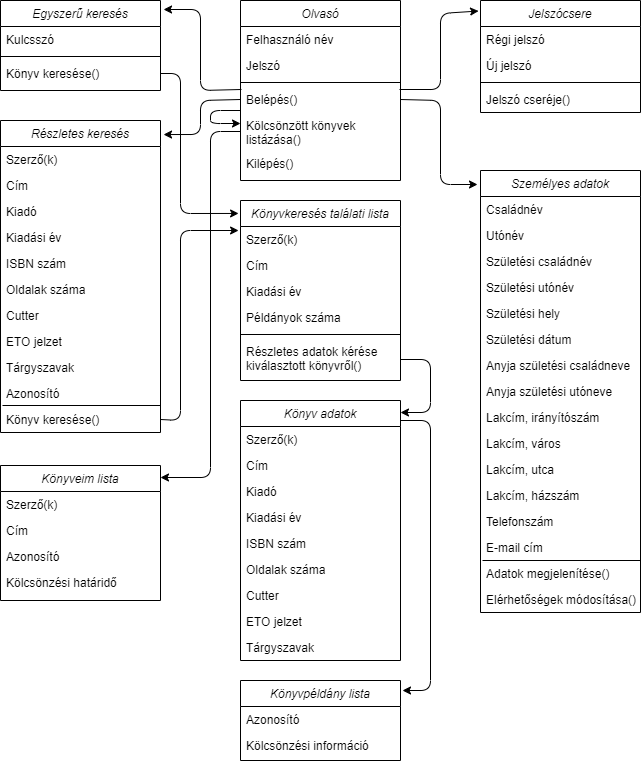
The draw.io diagram Doc/image/olvaso_hatarosztalyai.png in BoCiMaja/AFP2020_1_Lev_Csop2, before a commit. Source tidied: cells renumbered, new cells last; positions are measured from the earlier drawing's top-left corner, leaving out a move shared by most shapes.
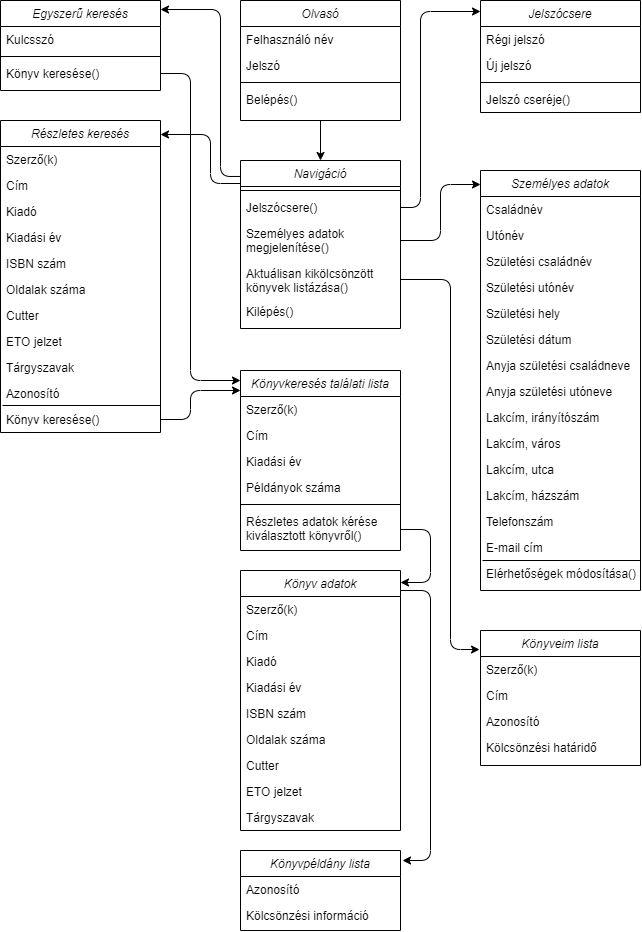
After the commit.

Commit message:
Határosztályok módosítása

Diff of the diagram source:
```diff
@@ -3,7 +3,7 @@
     <mxCell id="0" />
     <mxCell id="1" parent="0" />
     <mxCell id="2" value="Olvasó" style="swimlane;fontStyle=2;align=center;verticalAlign=top;horizontal=1;startSize=26;rounded=0;shadow=0;strokeWidth=1;" parent="1" vertex="1">
-      <mxGeometry x="240" width="160" height="180" as="geometry" />
+      <mxGeometry x="240" width="160" height="120" as="geometry" />
     </mxCell>
     <mxCell id="3" value="Felhasználó név" style="text;align=left;verticalAlign=top;spacingLeft=4;spacingRight=4;overflow=hidden;" parent="2" vertex="1">
       <mxGeometry y="26" width="160" height="26" as="geometry" />
@@ -17,23 +17,8 @@
     <mxCell id="6" value="Belépés()" style="text;align=left;verticalAlign=top;spacingLeft=4;spacingRight=4;overflow=hidden;points=[[0,0.5],[1,0.5]];portConstraint=eastwest;" parent="2" vertex="1">
       <mxGeometry y="86" width="160" height="26" as="geometry" />
     </mxCell>
-    <mxCell id="7" value="Kölcsönzött könyvek &#10;listázása()" style="text;align=left;verticalAlign=top;spacingLeft=4;spacingRight=4;overflow=hidden;points=[[0,0.5],[1,0.5]];portConstraint=eastwest;" parent="2" vertex="1">
-      <mxGeometry y="112" width="160" height="38" as="geometry" />
-    </mxCell>
-    <mxCell id="8" value="Kilépés()" style="text;align=left;verticalAlign=top;spacingLeft=4;spacingRight=4;overflow=hidden;" parent="2" vertex="1">
-      <mxGeometry y="150" width="160" height="30" as="geometry" />
-    </mxCell>
-    <mxCell id="9" style="endArrow=classic;html=1;exitX=0;exitY=0.923;exitDx=0;exitDy=0;exitPerimeter=0;" parent="2" edge="1" source="6">
-      <mxGeometry relative="1" as="geometry">
-        <mxPoint y="123" as="targetPoint" />
-        <Array as="points">
-          <mxPoint x="-30" y="110" />
-          <mxPoint x="-30" y="123" />
-        </Array>
-      </mxGeometry>
-    </mxCell>
     <mxCell id="10" value="Személyes adatok" style="swimlane;fontStyle=2;align=center;verticalAlign=top;horizontal=1;startSize=26;rounded=0;shadow=0;strokeWidth=1;" parent="1" vertex="1">
-      <mxGeometry x="480" y="170" width="160" height="442" as="geometry" />
+      <mxGeometry x="480" y="170" width="160" height="420" as="geometry" />
     </mxCell>
     <mxCell id="11" value="Családnév" style="text;align=left;verticalAlign=top;spacingLeft=4;spacingRight=4;overflow=hidden;" parent="10" vertex="1">
       <mxGeometry y="26" width="160" height="26" as="geometry" />
@@ -83,11 +68,8 @@
         <mxPoint x="160" y="390" as="targetPoint" />
       </mxGeometry>
     </mxCell>
-    <mxCell id="26" value="Adatok megjelenítése()" style="text;align=left;verticalAlign=top;spacingLeft=4;spacingRight=4;overflow=hidden;rounded=0;shadow=0;html=0;" parent="10" vertex="1">
-      <mxGeometry y="390" width="160" height="26" as="geometry" />
-    </mxCell>
     <mxCell id="27" value="Elérhetőségek módosítása()" style="text;align=left;verticalAlign=top;spacingLeft=4;spacingRight=4;overflow=hidden;rounded=0;shadow=0;html=0;" parent="10" vertex="1">
-      <mxGeometry y="416" width="160" height="26" as="geometry" />
+      <mxGeometry y="390" width="160" height="26" as="geometry" />
     </mxCell>
     <mxCell id="28" value="Jelszócsere" style="swimlane;fontStyle=2;align=center;verticalAlign=top;horizontal=1;startSize=26;rounded=0;shadow=0;strokeWidth=1;" parent="1" vertex="1">
       <mxGeometry x="480" width="160" height="112" as="geometry" />
@@ -159,7 +141,7 @@
       <mxGeometry y="286" width="160" height="26" as="geometry" />
     </mxCell>
     <mxCell id="50" value="Könyveim lista" style="swimlane;fontStyle=2;align=center;verticalAlign=top;horizontal=1;startSize=26;rounded=0;shadow=0;strokeWidth=1;" parent="1" vertex="1">
-      <mxGeometry y="465" width="160" height="135" as="geometry" />
+      <mxGeometry x="480" y="630" width="160" height="135" as="geometry" />
     </mxCell>
     <mxCell id="51" value="Szerző(k)" style="text;align=left;verticalAlign=top;spacingLeft=4;spacingRight=4;overflow=hidden;" parent="50" vertex="1">
       <mxGeometry y="26" width="160" height="26" as="geometry" />
@@ -173,51 +155,45 @@
     <mxCell id="54" value="Kölcsönzési határidő" style="text;align=left;verticalAlign=top;spacingLeft=4;spacingRight=4;overflow=hidden;rounded=0;shadow=0;html=0;" parent="50" vertex="1">
       <mxGeometry y="104" width="160" height="26" as="geometry" />
     </mxCell>
-    <mxCell id="55" style="endArrow=classic;html=1;entryX=-0.012;entryY=0.094;entryDx=0;entryDy=0;entryPerimeter=0;" parent="1" edge="1" target="28">
+    <mxCell id="55" style="endArrow=classic;html=1;exitX=1;exitY=0.5;exitDx=0;exitDy=0;" parent="1" edge="1" source="86">
       <mxGeometry relative="1" as="geometry">
-        <mxPoint x="399" y="89" as="sourcePoint" />
+        <mxPoint x="480" y="11" as="targetPoint" />
         <Array as="points">
-          <mxPoint x="440" y="89" />
-          <mxPoint x="440" y="13" />
+          <mxPoint x="420" y="207" />
+          <mxPoint x="420" y="11" />
         </Array>
       </mxGeometry>
     </mxCell>
-    <mxCell id="56" style="endArrow=classic;html=1;exitX=1;exitY=0.5;exitDx=0;exitDy=0;" parent="1" edge="1" source="6">
+    <mxCell id="56" style="endArrow=classic;html=1;exitX=1;exitY=0.5;exitDx=0;exitDy=0;" parent="1" edge="1" source="87">
       <mxGeometry relative="1" as="geometry">
-        <mxPoint x="477" y="184" as="targetPoint" />
+        <mxPoint x="480" y="184" as="targetPoint" />
         <Array as="points">
-          <mxPoint x="440" y="100" />
+          <mxPoint x="440" y="240" />
           <mxPoint x="440" y="184" />
         </Array>
       </mxGeometry>
     </mxCell>
-    <mxCell id="57" style="endArrow=classic;html=1;entryX=1.019;entryY=0.1;entryDx=0;entryDy=0;entryPerimeter=0;exitX=0.006;exitY=0.115;exitDx=0;exitDy=0;exitPerimeter=0;" parent="1" edge="1" source="6" target="33">
+    <mxCell id="57" style="endArrow=classic;html=1;exitX=0;exitY=0.095;exitDx=0;exitDy=0;exitPerimeter=0;" parent="1" edge="1" source="84">
       <mxGeometry relative="1" as="geometry">
+        <mxPoint x="160" y="9" as="targetPoint" />
         <Array as="points">
-          <mxPoint x="200" y="90" />
-          <mxPoint x="200" y="9" />
+          <mxPoint x="220" y="176" />
+          <mxPoint x="220" y="9" />
         </Array>
       </mxGeometry>
     </mxCell>
-    <mxCell id="58" style="endArrow=classic;html=1;exitX=0;exitY=0.5;exitDx=0;exitDy=0;entryX=1.019;entryY=0.045;entryDx=0;entryDy=0;entryPerimeter=0;" parent="1" edge="1" source="6" target="37">
+    <mxCell id="58" style="endArrow=classic;html=1;" parent="1" edge="1">
       <mxGeometry relative="1" as="geometry">
+        <mxPoint x="240" y="183" as="sourcePoint" />
+        <mxPoint x="160" y="134" as="targetPoint" />
         <Array as="points">
-          <mxPoint x="200" y="100" />
-          <mxPoint x="200" y="134" />
+          <mxPoint x="210" y="183" />
+          <mxPoint x="210" y="134" />
         </Array>
       </mxGeometry>
     </mxCell>
-    <mxCell id="59" style="endArrow=classic;html=1;exitX=0;exitY=0.5;exitDx=0;exitDy=0;" parent="1" edge="1" source="7">
-      <mxGeometry relative="1" as="geometry">
-        <mxPoint x="160" y="477" as="targetPoint" />
-        <Array as="points">
-          <mxPoint x="210" y="131" />
-          <mxPoint x="210" y="477" />
-        </Array>
-      </mxGeometry>
-    </mxCell>
     <mxCell id="60" value="Könyvkeresés találati lista" style="swimlane;fontStyle=2;align=center;verticalAlign=top;horizontal=1;startSize=26;rounded=0;shadow=0;strokeWidth=1;" parent="1" vertex="1">
-      <mxGeometry x="240" y="200" width="160" height="180" as="geometry" />
+      <mxGeometry x="240" y="370" width="160" height="180" as="geometry" />
     </mxCell>
     <mxCell id="61" value="Szerző(k)" style="text;align=left;verticalAlign=top;spacingLeft=4;spacingRight=4;overflow=hidden;points=[[0,0.5],[1,0.5]];portConstraint=eastwest;" parent="60" vertex="1">
       <mxGeometry y="26" width="160" height="26" as="geometry" />
@@ -237,24 +213,8 @@
     <mxCell id="66" value="Részletes adatok kérése &#10;kiválasztott könyvről()" style="text;align=left;verticalAlign=top;spacingLeft=4;spacingRight=4;overflow=hidden;points=[[0,0.5],[1,0.5]];portConstraint=eastwest;" parent="60" vertex="1">
       <mxGeometry y="138" width="160" height="42" as="geometry" />
     </mxCell>
-    <mxCell id="67" style="endArrow=classic;html=1;exitX=1;exitY=0.5;exitDx=0;exitDy=0;entryX=-0.012;entryY=0.072;entryDx=0;entryDy=0;entryPerimeter=0;" parent="1" edge="1" source="36" target="60">
-      <mxGeometry relative="1" as="geometry">
-        <Array as="points">
-          <mxPoint x="180" y="73" />
-          <mxPoint x="180" y="213" />
-        </Array>
-      </mxGeometry>
-    </mxCell>
-    <mxCell id="68" style="endArrow=classic;html=1;exitX=1;exitY=0.5;exitDx=0;exitDy=0;entryX=-0.012;entryY=0.154;entryDx=0;entryDy=0;entryPerimeter=0;" parent="1" edge="1" source="49" target="61">
-      <mxGeometry relative="1" as="geometry">
-        <Array as="points">
-          <mxPoint x="180" y="420" />
-          <mxPoint x="180" y="230" />
-        </Array>
-      </mxGeometry>
-    </mxCell>
     <mxCell id="69" value="Könyv adatok" style="swimlane;fontStyle=2;align=center;verticalAlign=top;horizontal=1;startSize=26;rounded=0;shadow=0;strokeWidth=1;" parent="1" vertex="1">
-      <mxGeometry x="240" y="400" width="160" height="260" as="geometry" />
+      <mxGeometry x="240" y="570" width="160" height="260" as="geometry" />
     </mxCell>
     <mxCell id="70" value="Szerző(k)" style="text;align=left;verticalAlign=top;spacingLeft=4;spacingRight=4;overflow=hidden;" parent="69" vertex="1">
       <mxGeometry y="26" width="160" height="26" as="geometry" />
@@ -285,15 +245,15 @@
     </mxCell>
     <mxCell id="79" style="endArrow=classic;html=1;exitX=1;exitY=0.5;exitDx=0;exitDy=0;" parent="1" edge="1" source="66">
       <mxGeometry relative="1" as="geometry">
-        <mxPoint x="400" y="412" as="targetPoint" />
+        <mxPoint x="400" y="582" as="targetPoint" />
         <Array as="points">
-          <mxPoint x="430" y="359" />
-          <mxPoint x="430" y="412" />
+          <mxPoint x="430" y="529" />
+          <mxPoint x="430" y="582" />
         </Array>
       </mxGeometry>
     </mxCell>
     <mxCell id="80" value="Könyvpéldány lista" style="swimlane;fontStyle=2;align=center;verticalAlign=top;horizontal=1;startSize=26;rounded=0;shadow=0;strokeWidth=1;" parent="1" vertex="1">
-      <mxGeometry x="240" y="680" width="160" height="80" as="geometry" />
+      <mxGeometry x="240" y="850" width="160" height="80" as="geometry" />
     </mxCell>
     <mxCell id="81" value="Azonosító" style="text;align=left;verticalAlign=top;spacingLeft=4;spacingRight=4;overflow=hidden;rounded=0;shadow=0;html=0;" parent="80" vertex="1">
       <mxGeometry y="26" width="160" height="26" as="geometry" />
@@ -303,13 +263,60 @@
     </mxCell>
     <mxCell id="83" style="endArrow=classic;html=1;" parent="1" edge="1">
       <mxGeometry relative="1" as="geometry">
-        <mxPoint x="400" y="420" as="sourcePoint" />
-        <mxPoint x="402" y="690" as="targetPoint" />
+        <mxPoint x="400" y="590" as="sourcePoint" />
+        <mxPoint x="402" y="860" as="targetPoint" />
         <Array as="points">
-          <mxPoint x="430" y="420" />
-          <mxPoint x="430" y="690" />
+          <mxPoint x="430" y="590" />
+          <mxPoint x="430" y="860" />
         </Array>
       </mxGeometry>
     </mxCell>
+    <mxCell id="84" value="Navigáció" style="swimlane;fontStyle=2;align=center;verticalAlign=top;horizontal=1;startSize=26;rounded=0;shadow=0;strokeWidth=1;" parent="1" vertex="1">
+      <mxGeometry x="240" y="160" width="160" height="168" as="geometry" />
+    </mxCell>
+    <mxCell id="85" style="line;html=1;strokeWidth=1;align=left;verticalAlign=middle;spacingTop=-1;spacingLeft=3;spacingRight=3;labelPosition=right;" parent="84" vertex="1">
+      <mxGeometry y="26" width="160" height="8" as="geometry" />
+    </mxCell>
+    <mxCell id="86" value="Jelszócsere()" style="text;align=left;verticalAlign=top;spacingLeft=4;spacingRight=4;overflow=hidden;points=[[0,0.5],[1,0.5]];portConstraint=eastwest;" parent="84" vertex="1">
+      <mxGeometry y="34" width="160" height="26" as="geometry" />
+    </mxCell>
+    <mxCell id="87" value="Személyes adatok&#10;megjelenítése()" style="text;align=left;verticalAlign=top;spacingLeft=4;spacingRight=4;overflow=hidden;points=[[0,0.5],[1,0.5]];portConstraint=eastwest;" parent="84" vertex="1">
+      <mxGeometry y="60" width="160" height="40" as="geometry" />
+    </mxCell>
+    <mxCell id="88" value="Aktuálisan kikölcsönzött &#10;könyvek listázása()" style="text;align=left;verticalAlign=top;spacingLeft=4;spacingRight=4;overflow=hidden;points=[[0,0.5],[1,0.5]];portConstraint=eastwest;" parent="84" vertex="1">
+      <mxGeometry y="100" width="160" height="38" as="geometry" />
+    </mxCell>
+    <mxCell id="8" value="Kilépés()" style="text;align=left;verticalAlign=top;spacingLeft=4;spacingRight=4;overflow=hidden;" parent="84" vertex="1">
+      <mxGeometry y="138" width="160" height="30" as="geometry" />
+    </mxCell>
+    <mxCell id="89" style="endArrow=classic;html=1;exitX=1;exitY=0.5;exitDx=0;exitDy=0;entryX=-0.006;entryY=0.141;entryDx=0;entryDy=0;entryPerimeter=0;" parent="1" edge="1" source="88" target="50">
+      <mxGeometry relative="1" as="geometry">
+        <Array as="points">
+          <mxPoint x="450" y="279" />
+          <mxPoint x="450" y="649" />
+        </Array>
+      </mxGeometry>
+    </mxCell>
+    <mxCell id="90" style="endArrow=classic;html=1;exitX=1;exitY=0.5;exitDx=0;exitDy=0;" parent="1" edge="1" source="36">
+      <mxGeometry relative="1" as="geometry">
+        <mxPoint x="240" y="380" as="targetPoint" />
+        <Array as="points">
+          <mxPoint x="190" y="73" />
+          <mxPoint x="190" y="380" />
+        </Array>
+      </mxGeometry>
+    </mxCell>
+    <mxCell id="91" style="endArrow=classic;html=1;exitX=1;exitY=0.5;exitDx=0;exitDy=0;" parent="1" edge="1" source="49">
+      <mxGeometry relative="1" as="geometry">
+        <mxPoint x="240" y="390" as="targetPoint" />
+        <Array as="points">
+          <mxPoint x="190" y="419" />
+          <mxPoint x="190" y="390" />
+        </Array>
+      </mxGeometry>
+    </mxCell>
+    <mxCell id="92" style="endArrow=classic;html=1;exitX=0.5;exitY=1;exitDx=0;exitDy=0;entryX=0.5;entryY=0;entryDx=0;entryDy=0;" parent="1" edge="1" source="2" target="84">
+      <mxGeometry relative="1" as="geometry" />
+    </mxCell>
   </root>
 </mxGraphModel>
```
